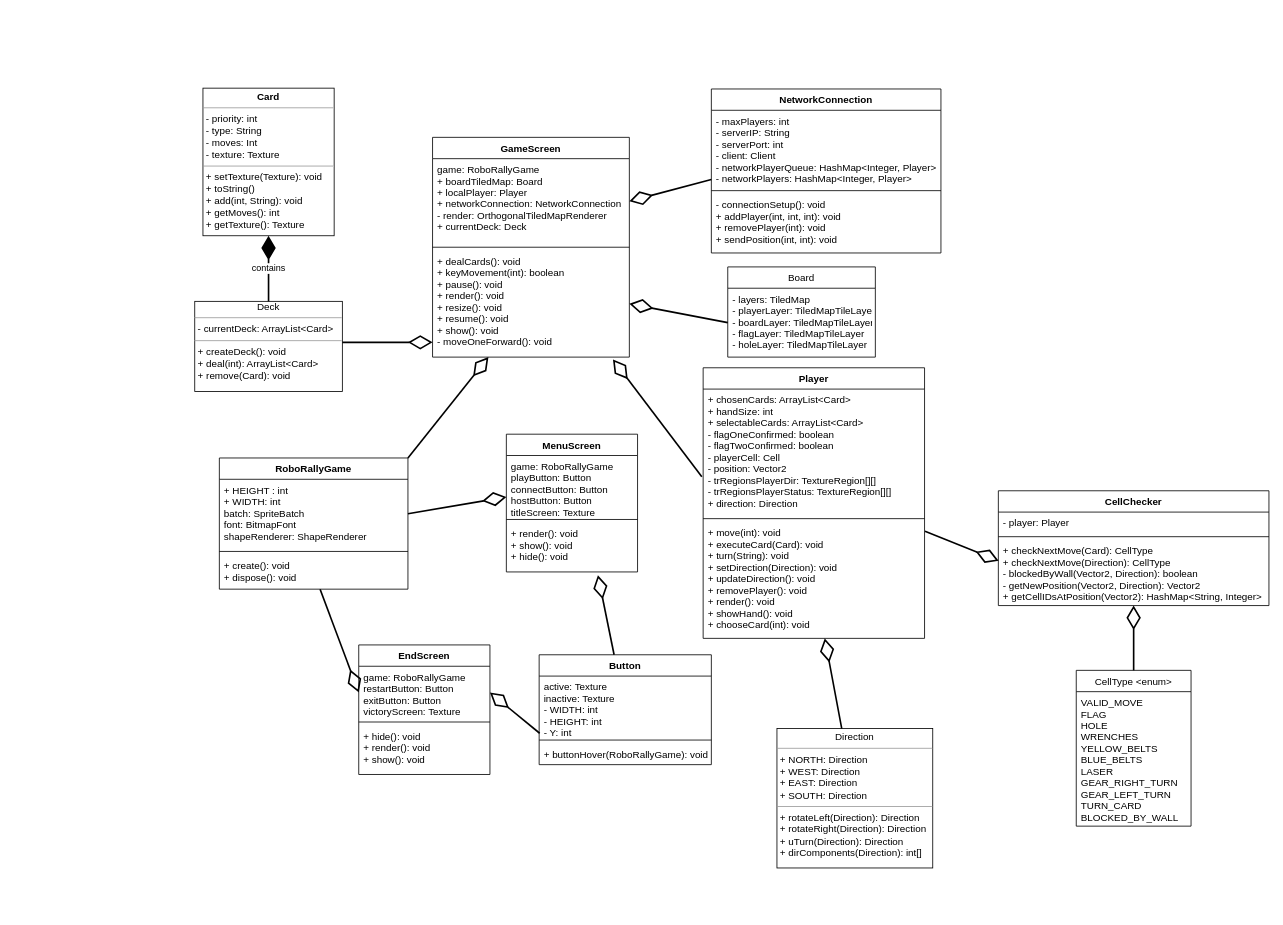
This is Deliverables/klassediagram.drawio from inf112-v21/The-Downward-Spiral, a draw.io file, before an edit. Source tidied: cells renumbered, new cells numbered last; positions are measured from the earlier drawing's top-left corner, leaving out a move shared by most shapes. Both pictures are drawn from the tidied source at 82%, with x=0, y=0 at pixel (194, 88).
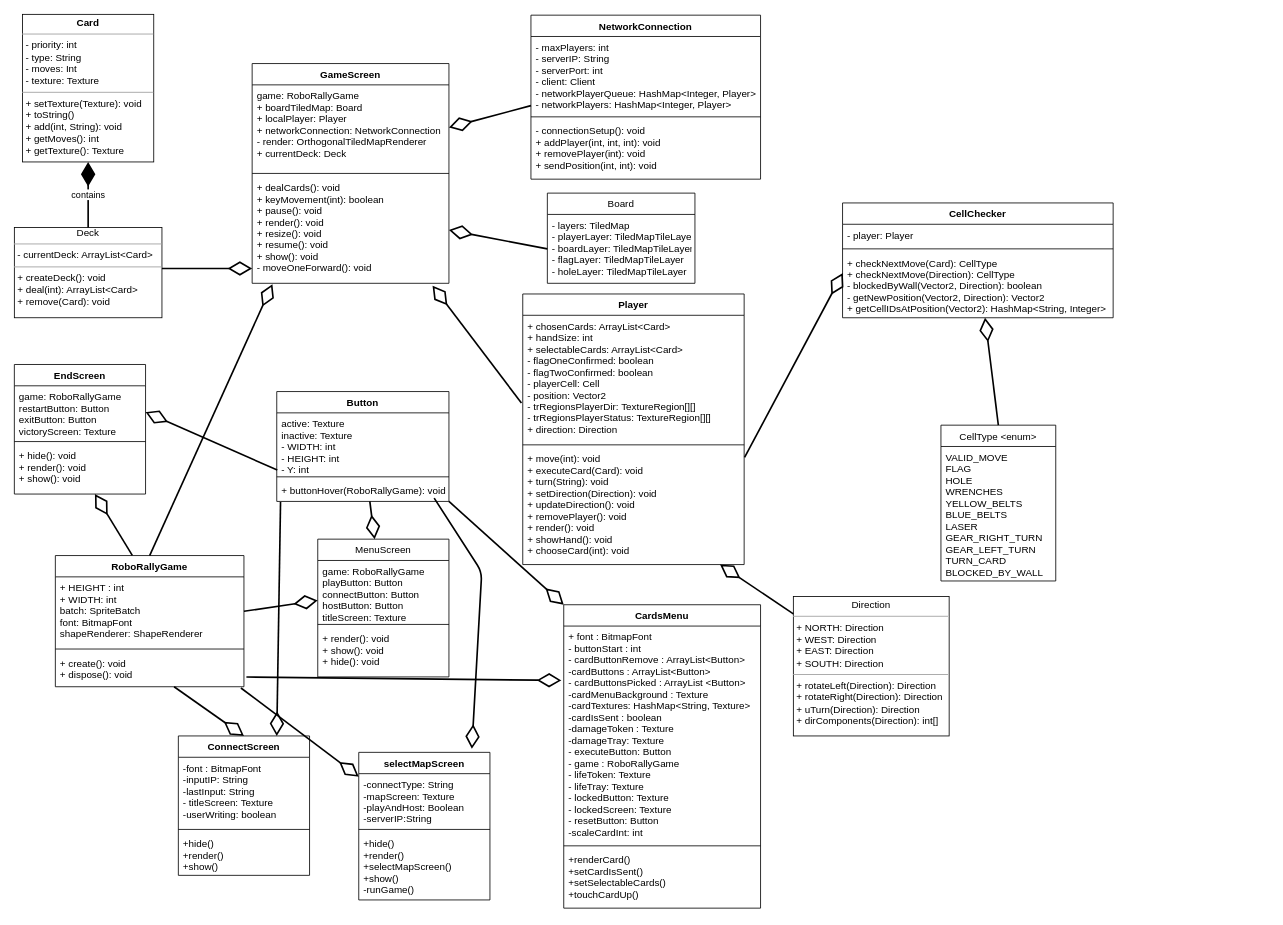
Above is the later version.

The change refers to these unchanged cells:
```xml
<mxCell id="13" value="+ create(): void&#10;+ dispose(): void&#10;" style="text;strokeColor=none;fillColor=none;align=left;verticalAlign=top;spacingLeft=4;spacingRight=4;overflow=hidden;points=[[0,0.5],[1,0.5]];portConstraint=eastwest;" parent="10" vertex="1">
  <mxGeometry y="118" width="230" height="42" as="geometry" />
</mxCell>
<mxCell id="17" value="+ dealCards(): void&#10;+ keyMovement(int): boolean&#10;+ pause(): void&#10;+ render(): void&#10;+ resize(): void&#10;+ resume(): void&#10;+ show(): void&#10;- moveOneForward(): void&#10;&#10;" style="text;strokeColor=none;fillColor=none;align=left;verticalAlign=top;spacingLeft=4;spacingRight=4;overflow=hidden;points=[[0,0.5],[1,0.5]];portConstraint=eastwest;" parent="14" vertex="1">
  <mxGeometry y="138" width="240" height="130" as="geometry" />
</mxCell>
<mxCell id="21" value="+ render(): void&#10;+ show(): void&#10;+ hide(): void" style="text;strokeColor=none;fillColor=none;align=left;verticalAlign=top;spacingLeft=4;spacingRight=4;overflow=hidden;points=[[0,0.5],[1,0.5]];portConstraint=eastwest;" parent="18" vertex="1">
  <mxGeometry y="108" width="160" height="60" as="geometry" />
</mxCell>
<mxCell id="23" value="game: RoboRallyGame&#10;restartButton: Button&#10;exitButton: Button&#10;victoryScreen: Texture&#10;" style="text;strokeColor=none;fillColor=none;align=left;verticalAlign=top;spacingLeft=4;spacingRight=4;overflow=hidden;points=[[0,0.5],[1,0.5]];portConstraint=eastwest;" parent="22" vertex="1">
  <mxGeometry y="26" width="160" height="64" as="geometry" />
</mxCell>
<mxCell id="25" value="+ hide(): void&#10;+ render(): void&#10;+ show(): void&#10;" style="text;strokeColor=none;fillColor=none;align=left;verticalAlign=top;spacingLeft=4;spacingRight=4;overflow=hidden;points=[[0,0.5],[1,0.5]];portConstraint=eastwest;" parent="22" vertex="1">
  <mxGeometry y="98" width="160" height="60" as="geometry" />
</mxCell>
<mxCell id="27" value="+ chosenCards: ArrayList&lt;Card&gt;&#10;+ handSize: int&#10;+ selectableCards: ArrayList&lt;Card&gt;&#10;- flagOneConfirmed: boolean&#10;- flagTwoConfirmed: boolean&#10;- playerCell: Cell&#10;- position: Vector2&#10;- trRegionsPlayerDir: TextureRegion[][]&#10;- trRegionsPlayerStatus: TextureRegion[][]&#10;+ direction: Direction&#10;" style="text;strokeColor=none;fillColor=none;align=left;verticalAlign=top;spacingLeft=4;spacingRight=4;overflow=hidden;points=[[0,0.5],[1,0.5]];portConstraint=eastwest;" parent="26" vertex="1">
  <mxGeometry y="26" width="270" height="154" as="geometry" />
</mxCell>
<mxCell id="48" value="+ buttonHover(RoboRallyGame): void" style="text;strokeColor=none;fillColor=none;align=left;verticalAlign=top;spacingLeft=4;spacingRight=4;overflow=hidden;points=[[0,0.5],[1,0.5]];portConstraint=eastwest;" parent="45" vertex="1">
  <mxGeometry y="108" width="210" height="26" as="geometry" />
</mxCell>
```

Diff of the diagram source:
```diff
@@
     <mxCell id="2" value="&lt;p style=&quot;margin: 0px ; margin-top: 4px ; text-align: center&quot;&gt;&lt;b&gt;Card&lt;/b&gt;&lt;/p&gt;&lt;hr size=&quot;1&quot;&gt;&lt;p style=&quot;margin: 0px ; margin-left: 4px&quot;&gt;- priority: int&lt;/p&gt;&lt;p style=&quot;margin: 0px ; margin-left: 4px&quot;&gt;- type: String&lt;/p&gt;&lt;p style=&quot;margin: 0px ; margin-left: 4px&quot;&gt;- moves: Int&lt;/p&gt;&lt;p style=&quot;margin: 0px ; margin-left: 4px&quot;&gt;- texture: Texture&lt;br&gt;&lt;/p&gt;&lt;hr size=&quot;1&quot;&gt;&lt;p style=&quot;margin: 0px ; margin-left: 4px&quot;&gt;+ setTexture(Texture): void&lt;/p&gt;&lt;p style=&quot;margin: 0px ; margin-left: 4px&quot;&gt;+ toString()&lt;/p&gt;&lt;p style=&quot;margin: 0px ; margin-left: 4px&quot;&gt;+ add(int, String): void&lt;/p&gt;&lt;p style=&quot;margin: 0px ; margin-left: 4px&quot;&gt;+ getMoves(): int&lt;br&gt;&lt;/p&gt;&lt;p style=&quot;margin: 0px ; margin-left: 4px&quot;&gt;+ getTexture(): Texture&lt;br&gt;&lt;/p&gt;" style="verticalAlign=top;align=left;overflow=fill;fontSize=12;fontFamily=Helvetica;html=1;" parent="1" vertex="1">
-      <mxGeometry x="10" width="160" height="180" as="geometry" />
+      <mxGeometry x="-210" y="-90" width="160" height="180" as="geometry" />
     </mxCell>
     <mxCell id="3" value="&lt;div align=&quot;center&quot;&gt;Deck&lt;br&gt;&lt;/div&gt;&lt;hr size=&quot;1&quot;&gt;&lt;p style=&quot;margin: 0px ; margin-left: 4px&quot;&gt;- currentDeck: ArrayList&amp;lt;Card&amp;gt;&lt;/p&gt;&lt;hr size=&quot;1&quot;&gt;&lt;p style=&quot;margin: 0px ; margin-left: 4px&quot;&gt;+ createDeck(): void&lt;/p&gt;&lt;p style=&quot;margin: 0px ; margin-left: 4px&quot;&gt;+ deal(int): ArrayList&amp;lt;Card&amp;gt;&lt;/p&gt;&lt;p style=&quot;margin: 0px ; margin-left: 4px&quot;&gt;+ remove(Card): void&lt;br&gt;&lt;/p&gt;" style="verticalAlign=top;align=left;overflow=fill;fontSize=12;fontFamily=Helvetica;html=1;" parent="1" vertex="1">
-      <mxGeometry y="260" width="180" height="110" as="geometry" />
+      <mxGeometry x="-220" y="170" width="180" height="110" as="geometry" />
     </mxCell>
     <mxCell id="4" value="&lt;p style=&quot;margin: 0px ; margin-top: 4px ; text-align: center&quot;&gt;Direction&lt;/p&gt;&lt;hr size=&quot;1&quot;&gt;&lt;p style=&quot;margin: 0px ; margin-left: 4px&quot;&gt;+ NORTH: Direction&lt;/p&gt;&lt;p style=&quot;margin: 0px ; margin-left: 4px&quot;&gt;+ WEST: Direction&lt;br&gt;&lt;/p&gt;&lt;p style=&quot;margin: 0px ; margin-left: 4px&quot;&gt;+ EAST: Direction&lt;br&gt;&lt;/p&gt;&lt;p style=&quot;margin: 0px ; margin-left: 4px&quot;&gt;+ SOUTH: Direction&lt;br&gt;&lt;/p&gt;&lt;hr size=&quot;1&quot;&gt;&lt;p style=&quot;margin: 0px ; margin-left: 4px&quot;&gt;+ rotateLeft(Direction): Direction&lt;/p&gt;&lt;p style=&quot;margin: 0px ; margin-left: 4px&quot;&gt;+ rotateRight(Direction): Direction&lt;/p&gt;&lt;p style=&quot;margin: 0px ; margin-left: 4px&quot;&gt;+ uTurn(Direction): Direction&lt;/p&gt;&lt;p style=&quot;margin: 0px ; margin-left: 4px&quot;&gt;+ dirComponents(Direction): int[]&lt;br&gt;&lt;/p&gt;" style="verticalAlign=top;align=left;overflow=fill;fontSize=12;fontFamily=Helvetica;html=1;" parent="1" vertex="1">
-      <mxGeometry x="710" y="781" width="190" height="170" as="geometry" />
+      <mxGeometry x="730" y="620" width="190" height="170" as="geometry" />
     </mxCell>
     <mxCell id="5" style="endArrow=diamondThin;endFill=0;endSize=24;html=1;strokeWidth=2;" parent="1" edge="1">
       <mxGeometry relative="1" as="geometry">
-        <mxPoint x="180" y="310" as="sourcePoint" />
-        <mxPoint x="290" y="310" as="targetPoint" />
+        <mxPoint x="-40" y="220" as="sourcePoint" />
+        <mxPoint x="70" y="220" as="targetPoint" />
       </mxGeometry>
     </mxCell>
     <mxCell id="6" style="endArrow=diamondThin;endFill=0;endSize=24;html=1;strokeWidth=2;exitX=-0.006;exitY=0.695;exitDx=0;exitDy=0;exitPerimeter=0;" parent="1" edge="1" source="27">
       <mxGeometry relative="1" as="geometry">
-        <mxPoint x="510" y="331" as="targetPoint" />
+        <mxPoint x="290" y="241" as="targetPoint" />
       </mxGeometry>
     </mxCell>
@@
     <mxCell id="10" value="RoboRallyGame" style="swimlane;fontStyle=1;align=center;verticalAlign=top;horizontal=1;startSize=26;" parent="1" vertex="1">
-      <mxGeometry x="30" y="451" width="230" height="160" as="geometry" />
+      <mxGeometry x="-170" y="570" width="230" height="160" as="geometry" />
     </mxCell>
@@
     <mxCell id="14" value="GameScreen" style="swimlane;fontStyle=1;align=center;verticalAlign=top;horizontal=1;startSize=26;" parent="1" vertex="1">
-      <mxGeometry x="290" y="60" width="240" height="268" as="geometry" />
+      <mxGeometry x="70" y="-30" width="240" height="268" as="geometry" />
     </mxCell>
@@
-    <mxCell id="18" value="MenuScreen" style="swimlane;fontStyle=1;align=center;verticalAlign=top;horizontal=1;startSize=26;" parent="1" vertex="1">
-      <mxGeometry x="380" y="422" width="160" height="168" as="geometry" />
+    <mxCell id="18" value="MenuScreen" style="swimlane;fontStyle=0;align=center;verticalAlign=top;horizontal=1;startSize=26;" parent="1" vertex="1">
+      <mxGeometry x="150" y="550" width="160" height="168" as="geometry" />
     </mxCell>
+    <mxCell id="54" style="endArrow=diamondThin;endFill=0;endSize=24;html=1;strokeWidth=2;entryX=0.862;entryY=-0.024;entryDx=0;entryDy=0;entryPerimeter=0;" parent="18" edge="1" target="59">
+      <mxGeometry relative="1" as="geometry">
+        <mxPoint x="142" y="-50" as="sourcePoint" />
+        <Array as="points">
+          <mxPoint x="200" y="40" />
+        </Array>
+      </mxGeometry>
+    </mxCell>
@@
     <mxCell id="22" value="EndScreen" style="swimlane;fontStyle=1;align=center;verticalAlign=top;horizontal=1;startSize=26;" parent="1" vertex="1">
-      <mxGeometry x="200" y="679" width="160" height="158" as="geometry" />
+      <mxGeometry x="-220" y="337" width="160" height="158" as="geometry" />
     </mxCell>
@@
     <mxCell id="26" value="Player" style="swimlane;fontStyle=1;align=center;verticalAlign=top;horizontal=1;startSize=26;" parent="1" vertex="1">
-      <mxGeometry x="620" y="341" width="270" height="330" as="geometry" />
+      <mxGeometry x="400" y="251" width="270" height="330" as="geometry" />
     </mxCell>
@@
     <mxCell id="30" value="CellChecker" style="swimlane;fontStyle=1;align=center;verticalAlign=top;horizontal=1;startSize=26;" parent="1" vertex="1">
-      <mxGeometry x="980" y="491" width="330" height="140" as="geometry" />
+      <mxGeometry x="790" y="140" width="330" height="140" as="geometry" />
     </mxCell>
@@
     <mxCell id="34" value="NetworkConnection" style="swimlane;fontStyle=1;align=center;verticalAlign=top;horizontal=1;startSize=26;" parent="1" vertex="1">
-      <mxGeometry x="630" y="1" width="280" height="200" as="geometry" />
+      <mxGeometry x="410" y="-89" width="280" height="200" as="geometry" />
     </mxCell>
@@
     <mxCell id="38" value="CellType &lt;enum&gt;" style="swimlane;fontStyle=0;horizontal=1;startSize=26;fillColor=none;" parent="1" vertex="1">
-      <mxGeometry x="1075" y="710" width="140" height="190" as="geometry" />
+      <mxGeometry x="910" y="411" width="140" height="190" as="geometry" />
     </mxCell>
@@
     <mxCell id="40" value="Board" style="swimlane;fontStyle=0;horizontal=1;startSize=26;fillColor=none;" parent="1" vertex="1">
-      <mxGeometry x="650" y="218" width="180" height="110" as="geometry" />
+      <mxGeometry x="430" y="128" width="180" height="110" as="geometry" />
     </mxCell>
@@
-    <mxCell id="42" style="endArrow=diamondThin;endFill=0;endSize=24;html=1;strokeWidth=2;exitX=1;exitY=0;exitDx=0;exitDy=0;" parent="1" edge="1" source="10" target="17">
+    <mxCell id="42" style="endArrow=diamondThin;endFill=0;endSize=24;html=1;strokeWidth=2;exitX=0.5;exitY=0;exitDx=0;exitDy=0;entryX=0.103;entryY=1.008;entryDx=0;entryDy=0;entryPerimeter=0;" parent="1" edge="1" source="10" target="17">
       <mxGeometry relative="1" as="geometry" />
     </mxCell>
@@
-    <mxCell id="44" style="endArrow=diamondThin;endFill=0;endSize=24;html=1;strokeWidth=2;entryX=0;entryY=0.5;entryDx=0;entryDy=0;" parent="1" edge="1" source="13" target="23">
+    <mxCell id="44" style="endArrow=diamondThin;endFill=0;endSize=24;html=1;strokeWidth=2;exitX=0.408;exitY=-0.001;exitDx=0;exitDy=0;exitPerimeter=0;" parent="1" edge="1" source="10" target="25">
       <mxGeometry relative="1" as="geometry" />
     </mxCell>
     <mxCell id="45" value="Button" style="swimlane;fontStyle=1;align=center;verticalAlign=top;horizontal=1;startSize=26;" parent="1" vertex="1">
-      <mxGeometry x="420" y="691" width="210" height="134" as="geometry" />
+      <mxGeometry x="100" y="370" width="210" height="134" as="geometry" />
     </mxCell>
@@
-    <mxCell id="49" style="endArrow=diamondThin;endFill=0;endSize=24;html=1;strokeWidth=2;entryX=0.698;entryY=1.067;entryDx=0;entryDy=0;entryPerimeter=0;" parent="1" edge="1" source="45" target="21">
+    <mxCell id="49" style="endArrow=diamondThin;endFill=0;endSize=24;html=1;strokeWidth=2;" parent="1" edge="1" source="45" target="18">
       <mxGeometry relative="1" as="geometry" />
     </mxCell>
@@
+    <mxCell id="55" value="CardsMenu" style="swimlane;fontStyle=1;align=center;verticalAlign=top;horizontal=1;startSize=26;" parent="1" vertex="1">
+      <mxGeometry x="450" y="630" width="240" height="370" as="geometry" />
+    </mxCell>
+    <mxCell id="56" value="+ font : BitmapFont&#10;- buttonStart : int&#10;- cardButtonRemove : ArrayList&lt;Button&gt;&#10;-cardButtons : ArrayList&lt;Button&gt;&#10;- cardButtonsPicked : ArrayList &lt;Button&gt;&#10;-cardMenuBackground : Texture&#10;-cardTextures: HashMap&lt;String, Texture&gt;&#10;-cardIsSent : boolean&#10;-damageToken : Texture&#10;-damageTray: Texture&#10;- executeButton: Button&#10;- game : RoboRallyGame&#10;- lifeToken: Texture&#10;- lifeTray: Texture&#10;- lockedButton: Texture&#10;- lockedScreen: Texture&#10;- resetButton: Button&#10;-scaleCardInt: int&#10;" style="text;strokeColor=none;fillColor=none;align=left;verticalAlign=top;spacingLeft=4;spacingRight=4;overflow=hidden;points=[[0,0.5],[1,0.5]];portConstraint=eastwest;" parent="55" vertex="1">
+      <mxGeometry y="26" width="240" height="264" as="geometry" />
+    </mxCell>
+    <mxCell id="57" style="line;strokeWidth=1;fillColor=none;align=left;verticalAlign=middle;spacingTop=-1;spacingLeft=3;spacingRight=3;labelPosition=right;" parent="55" vertex="1">
+      <mxGeometry y="290" width="240" height="8" as="geometry" />
+    </mxCell>
+    <mxCell id="58" value="+renderCard()&#10;+setCardIsSent()&#10;+setSelectableCards()&#10;+touchCardUp()&#10;" style="text;strokeColor=none;fillColor=none;align=left;verticalAlign=top;spacingLeft=4;spacingRight=4;overflow=hidden;" parent="55" vertex="1">
+      <mxGeometry y="298" width="240" height="72" as="geometry" />
+    </mxCell>
+    <mxCell id="59" value="selectMapScreen" style="swimlane;fontStyle=1;align=center;verticalAlign=top;horizontal=1;startSize=26;" parent="1" vertex="1">
+      <mxGeometry x="200" y="810" width="160" height="180" as="geometry" />
+    </mxCell>
+    <mxCell id="60" value="-connectType: String&#10;-mapScreen: Texture&#10;-playAndHost: Boolean&#10;-serverIP:String&#10;" style="text;strokeColor=none;fillColor=none;align=left;verticalAlign=top;spacingLeft=4;spacingRight=4;overflow=hidden;" parent="59" vertex="1">
+      <mxGeometry y="26" width="160" height="64" as="geometry" />
+    </mxCell>
+    <mxCell id="61" style="line;strokeWidth=1;fillColor=none;align=left;verticalAlign=middle;spacingTop=-1;spacingLeft=3;spacingRight=3;labelPosition=right;" parent="59" vertex="1">
+      <mxGeometry y="90" width="160" height="8" as="geometry" />
+    </mxCell>
+    <mxCell id="62" value="+hide()&#10;+render()&#10;+selectMapScreen()&#10;+show()&#10;-runGame()&#10;" style="text;strokeColor=none;fillColor=none;align=left;verticalAlign=top;spacingLeft=4;spacingRight=4;overflow=hidden;" parent="59" vertex="1">
+      <mxGeometry y="98" width="160" height="82" as="geometry" />
+    </mxCell>
+    <mxCell id="63" value="ConnectScreen" style="swimlane;fontStyle=1;align=center;verticalAlign=top;horizontal=1;startSize=26;" parent="1" vertex="1">
+      <mxGeometry x="-20" y="790" width="160" height="170" as="geometry" />
+    </mxCell>
+    <mxCell id="64" value="-font : BitmapFont&#10;-inputIP: String&#10;-lastInput: String&#10;- titleScreen: Texture&#10;-userWriting: boolean&#10;" style="text;strokeColor=none;fillColor=none;align=left;verticalAlign=top;spacingLeft=4;spacingRight=4;overflow=hidden;" parent="63" vertex="1">
+      <mxGeometry y="26" width="160" height="84" as="geometry" />
+    </mxCell>
+    <mxCell id="65" style="line;strokeWidth=1;fillColor=none;align=left;verticalAlign=middle;spacingTop=-1;spacingLeft=3;spacingRight=3;labelPosition=right;" parent="63" vertex="1">
+      <mxGeometry y="110" width="160" height="8" as="geometry" />
+    </mxCell>
+    <mxCell id="66" value="+hide()&#10;+render()&#10;+show()&#10;" style="text;strokeColor=none;fillColor=none;align=left;verticalAlign=top;spacingLeft=4;spacingRight=4;overflow=hidden;" parent="63" vertex="1">
+      <mxGeometry y="118" width="160" height="52" as="geometry" />
+    </mxCell>
+    <mxCell id="67" style="endArrow=diamondThin;endFill=0;endSize=24;html=1;strokeWidth=2;entryX=0.5;entryY=0;entryDx=0;entryDy=0;" parent="1" edge="1" source="13" target="63">
+      <mxGeometry relative="1" as="geometry" />
+    </mxCell>
+    <mxCell id="68" style="endArrow=diamondThin;endFill=0;endSize=24;html=1;strokeWidth=2;entryX=0;entryY=0;entryDx=0;entryDy=0;" parent="1" edge="1" target="55">
+      <mxGeometry relative="1" as="geometry">
+        <mxPoint x="310" y="504" as="sourcePoint" />
+      </mxGeometry>
+    </mxCell>
+    <mxCell id="69" style="endArrow=diamondThin;endFill=0;endSize=24;html=1;strokeWidth=2;exitX=0.984;exitY=1.036;exitDx=0;exitDy=0;exitPerimeter=0;" parent="1" edge="1" source="13" target="59">
+      <mxGeometry relative="1" as="geometry" />
+    </mxCell>
+    <mxCell id="70" style="endArrow=diamondThin;endFill=0;endSize=24;html=1;strokeWidth=2;exitX=1.013;exitY=0.718;exitDx=0;exitDy=0;exitPerimeter=0;entryX=-0.012;entryY=0.251;entryDx=0;entryDy=0;entryPerimeter=0;" parent="1" edge="1" source="13" target="56">
+      <mxGeometry relative="1" as="geometry" />
+    </mxCell>
+    <mxCell id="71" style="endArrow=diamondThin;endFill=0;endSize=24;html=1;strokeWidth=2;entryX=0.75;entryY=0;entryDx=0;entryDy=0;exitX=0.022;exitY=1.032;exitDx=0;exitDy=0;exitPerimeter=0;" parent="1" edge="1" source="48" target="63">
+      <mxGeometry relative="1" as="geometry" />
+    </mxCell>
```
